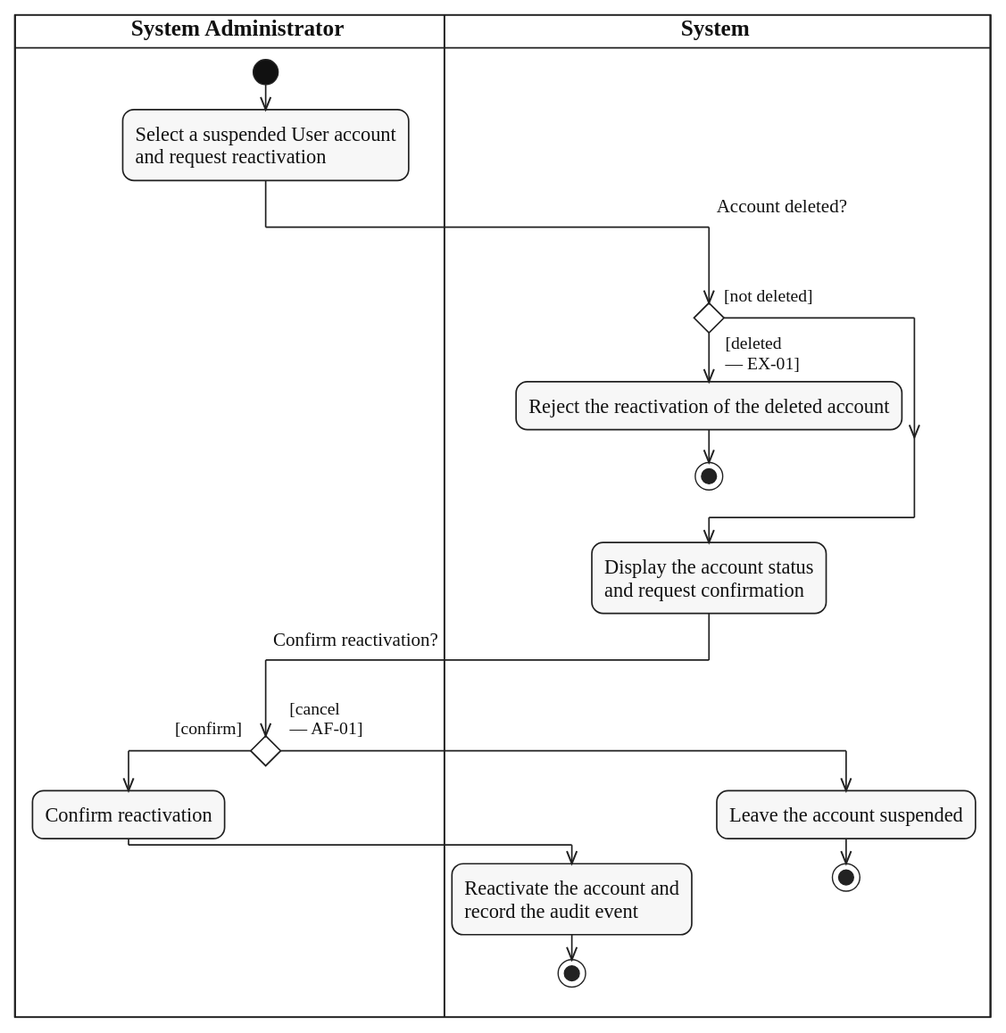
This is diagrams/activity/system-administration/svg/UC-USER-ACCOUNT-REACTIVATE.svg from lukenab/swd392-doc-automation, a PlantUML export, as it was before one commit. Its source is kept beside it as diagrams/activity/system-administration/source/UC-USER-ACCOUNT-REACTIVATE.puml.
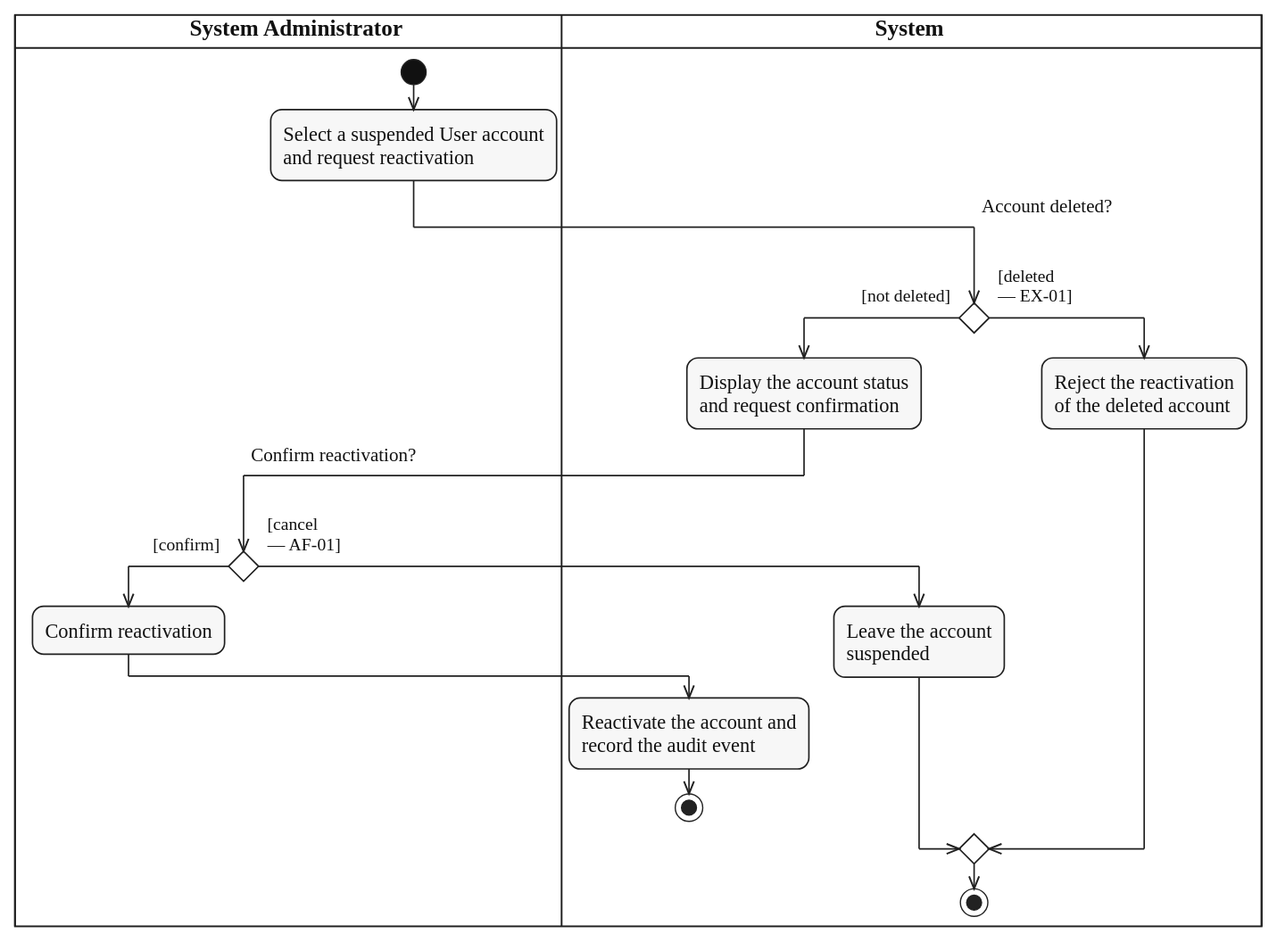
After the change.

What changed in the source:
```diff
@@ -9,22 +9,24 @@
 and request reactivation;
 |SYS|
 if ($question_x("Account deleted?")) then ($guard_left("[not deleted]"))
+  :Display the account status
+  and request confirmation;
+  |ADM|
+  if ($question_x("Confirm reactivation?")) then ($guard_left("[confirm]"))
+    :Confirm reactivation;
+    |SYS|
+    :Reactivate the account and
+    record the audit event;
+    stop
+  else ($guard_right("[cancel", "— AF-01]"))
+    |SYS|
+    :Leave the account
+    suspended;
+  endif
 else ($guard_right("[deleted", "— EX-01]"))
-  :Reject the reactivation of the deleted account;
-  stop
+  :Reject the reactivation
+  of the deleted account;
 endif
-:Display the account status
-and request confirmation;
-|ADM|
-if ($question_x("Confirm reactivation?")) then ($guard_left("[confirm]"))
-  :Confirm reactivation;
-  |SYS|
-  :Reactivate the account and
-  record the audit event;
-  stop
-else ($guard_right("[cancel", "— AF-01]"))
-  |SYS|
-  :Leave the account suspended;
-  stop
-endif
+|SYS|
+stop
 @enduml
```
